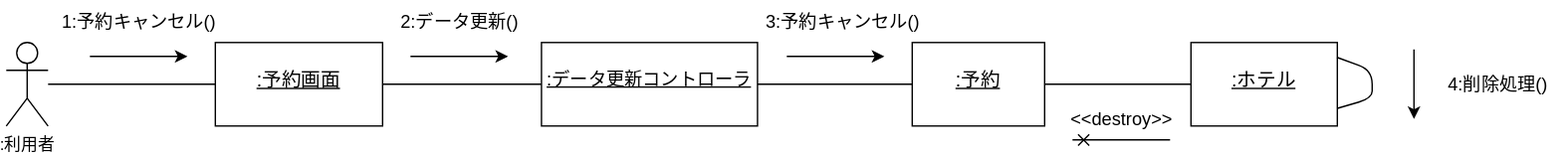
moppechan/uml_introduction keeps this draw.io diagram as 演習5/演習５-2_CD_予約登録削除.drawio.svg. Above is the earlier version. Source tidied: cells renumbered, new cells last; positions are measured from the earlier drawing's top-left corner, leaving out a move shared by most shapes.
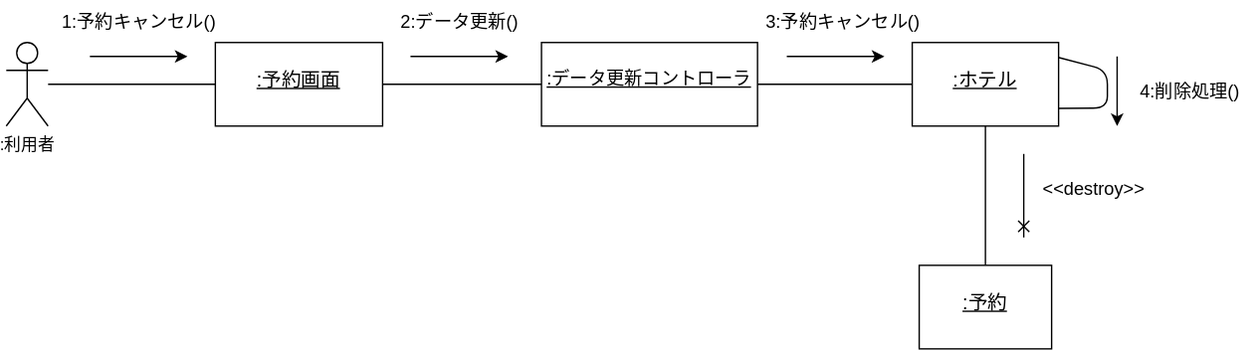
After the change.

The edit, as a diff of the source:
```diff
@@ -14,20 +14,24 @@
     <mxCell id="5" value="&lt;p&gt;&lt;u&gt;&lt;font style=&quot;font-size: 14px;&quot;&gt;:予約画面&lt;/font&gt;&lt;/u&gt;&lt;/p&gt;" style="whiteSpace=wrap;html=1;verticalAlign=top;" parent="1" vertex="1">
       <mxGeometry x="150" y="30" width="120" height="60" as="geometry" />
     </mxCell>
-    <mxCell id="6" style="edgeStyle=none;html=1;endArrow=none;endFill=0;" parent="1" edge="1" source="7" target="9">
-      <mxGeometry relative="1" as="geometry" />
+    <mxCell id="6" style="edgeStyle=none;html=1;endArrow=none;endFill=0;entryX=0;entryY=0.5;entryDx=0;entryDy=0;" parent="1" edge="1" source="7" target="10">
+      <mxGeometry relative="1" as="geometry">
+        <Array as="points">
+          <mxPoint x="580" y="60" />
+        </Array>
+      </mxGeometry>
     </mxCell>
     <mxCell id="7" value="&lt;p&gt;&lt;u&gt;&lt;font style=&quot;font-size: 13px;&quot;&gt;:データ更新コントローラ&lt;/font&gt;&lt;/u&gt;&lt;/p&gt;" style="whiteSpace=wrap;html=1;verticalAlign=top;" parent="1" vertex="1">
       <mxGeometry x="384" y="30" width="155" height="60" as="geometry" />
     </mxCell>
-    <mxCell id="8" style="edgeStyle=none;html=1;endArrow=none;endFill=0;" parent="1" edge="1" source="9" target="10">
+    <mxCell id="8" style="edgeStyle=none;html=1;endArrow=none;endFill=0;exitX=0.5;exitY=0;exitDx=0;exitDy=0;" parent="1" edge="1" source="9" target="10">
       <mxGeometry relative="1" as="geometry" />
     </mxCell>
     <mxCell id="9" value="&lt;p&gt;&lt;u&gt;&lt;font style=&quot;font-size: 14px;&quot;&gt;:予約&lt;/font&gt;&lt;/u&gt;&lt;/p&gt;" style="whiteSpace=wrap;html=1;verticalAlign=top;" parent="1" vertex="1">
-      <mxGeometry x="650" y="30" width="95" height="60" as="geometry" />
+      <mxGeometry x="655" y="190" width="95" height="60" as="geometry" />
     </mxCell>
     <mxCell id="10" value="&lt;p&gt;&lt;u&gt;&lt;font style=&quot;font-size: 14px;&quot;&gt;:ホテル&lt;/font&gt;&lt;/u&gt;&lt;/p&gt;" style="whiteSpace=wrap;html=1;verticalAlign=top;" parent="1" vertex="1">
-      <mxGeometry x="850" y="30" width="105" height="60" as="geometry" />
+      <mxGeometry x="650" y="30" width="105" height="60" as="geometry" />
     </mxCell>
     <mxCell id="11" value="1:予約キャンセル()" style="text;html=1;align=center;verticalAlign=middle;strokeColor=none;fillColor=none;fontSize=13;" parent="1" vertex="1">
       <mxGeometry x="30" width="130" height="30" as="geometry" />
@@ -58,29 +62,32 @@
     </mxCell>
     <mxCell id="17" style="endArrow=classic;html=1;fontSize=13;" parent="1" edge="1">
       <mxGeometry relative="1" as="geometry">
-        <mxPoint x="1010" y="35" as="sourcePoint" />
-        <mxPoint x="1010" y="85" as="targetPoint" />
+        <mxPoint x="797" y="40" as="sourcePoint" />
+        <mxPoint x="797" y="90" as="targetPoint" />
       </mxGeometry>
     </mxCell>
     <mxCell id="18" value="4:削除処理()" style="text;html=1;align=center;verticalAlign=middle;strokeColor=none;fillColor=none;fontSize=13;" parent="1" vertex="1">
-      <mxGeometry x="1020" y="45" width="100" height="30" as="geometry" />
+      <mxGeometry x="798.7" y="50" width="100" height="30" as="geometry" />
     </mxCell>
     <mxCell id="19" style="endArrow=none;html=1;fontSize=13;entryX=1.001;entryY=0.788;entryDx=0;entryDy=0;exitX=0.998;exitY=0.178;exitDx=0;exitDy=0;exitPerimeter=0;entryPerimeter=0;" parent="1" edge="1" source="10" target="10">
       <mxGeometry relative="1" as="geometry">
         <Array as="points">
-          <mxPoint x="980" y="50" />
-          <mxPoint x="980" y="70" />
+          <mxPoint x="790" y="50" />
+          <mxPoint x="790" y="77" />
         </Array>
       </mxGeometry>
     </mxCell>
     <mxCell id="20" style="endArrow=cross;html=1;fontSize=13;endFill=0;" parent="1" edge="1">
       <mxGeometry relative="1" as="geometry">
-        <mxPoint x="835" y="100" as="sourcePoint" />
-        <mxPoint x="765" y="100" as="targetPoint" />
+        <mxPoint x="730" y="110" as="sourcePoint" />
+        <mxPoint x="730" y="170" as="targetPoint" />
+        <Array as="points">
+          <mxPoint x="730" y="140" />
+        </Array>
       </mxGeometry>
     </mxCell>
     <mxCell id="21" value="&amp;lt;&amp;lt;destroy&amp;gt;&amp;gt;" style="text;html=1;align=center;verticalAlign=middle;strokeColor=none;fillColor=none;fontSize=13;" parent="1" vertex="1">
-      <mxGeometry x="750" y="70" width="100" height="30" as="geometry" />
+      <mxGeometry x="730" y="120" width="100" height="30" as="geometry" />
     </mxCell>
   </root>
 </mxGraphModel>
```
